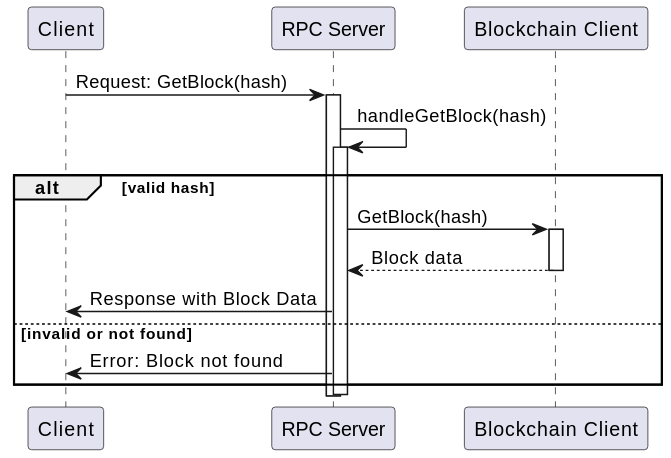
The PlantUML diagram docs/services/img/plantuml/rpc/rpc-get-block.svg in freemans13/teranode, before a commit.
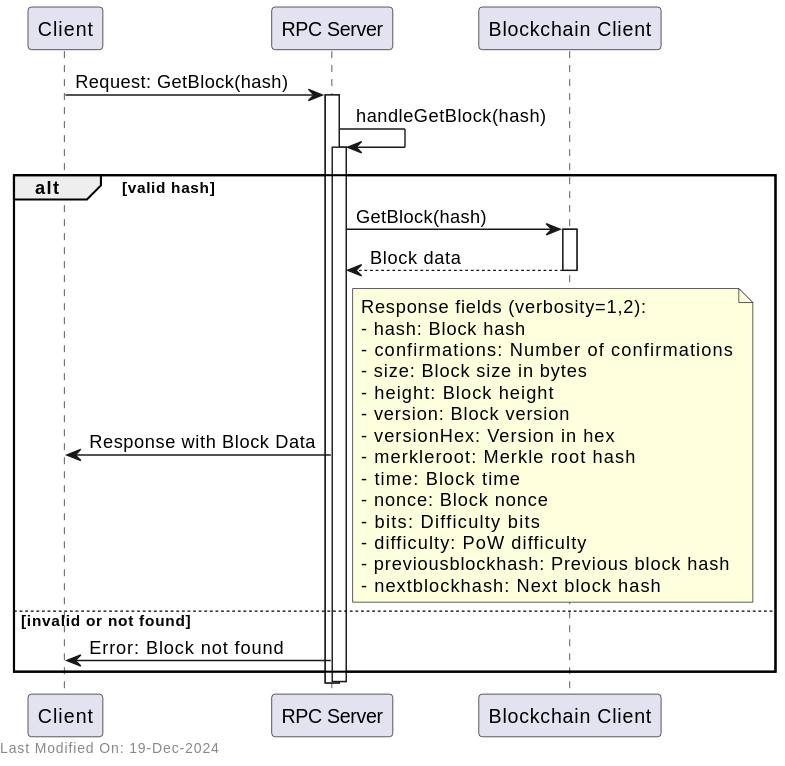
Later version of the same file.

Change to the diagram source:
```diff
@@ -16,9 +16,27 @@
     deactivate Blockchain
 
     RPC -> Client : Response with Block Data
+    note right
+    Response fields (verbosity=1,2):
+    - hash: Block hash
+    - confirmations: Number of confirmations
+    - size: Block size in bytes
+    - height: Block height
+    - version: Block version
+    - versionHex: Version in hex
+    - merkleroot: Merkle root hash
+    - time: Block time
+    - nonce: Block nonce
+    - bits: Difficulty bits
+    - difficulty: PoW difficulty
+    - previousblockhash: Previous block hash
+    - nextblockhash: Next block hash
+    end note
 else invalid or not found
     RPC -> Client : Error: Block not found
 end
 
 deactivate RPC
+
+left footer Last Modified On: %date("dd-MMM-yyyy")
 @enduml
```
